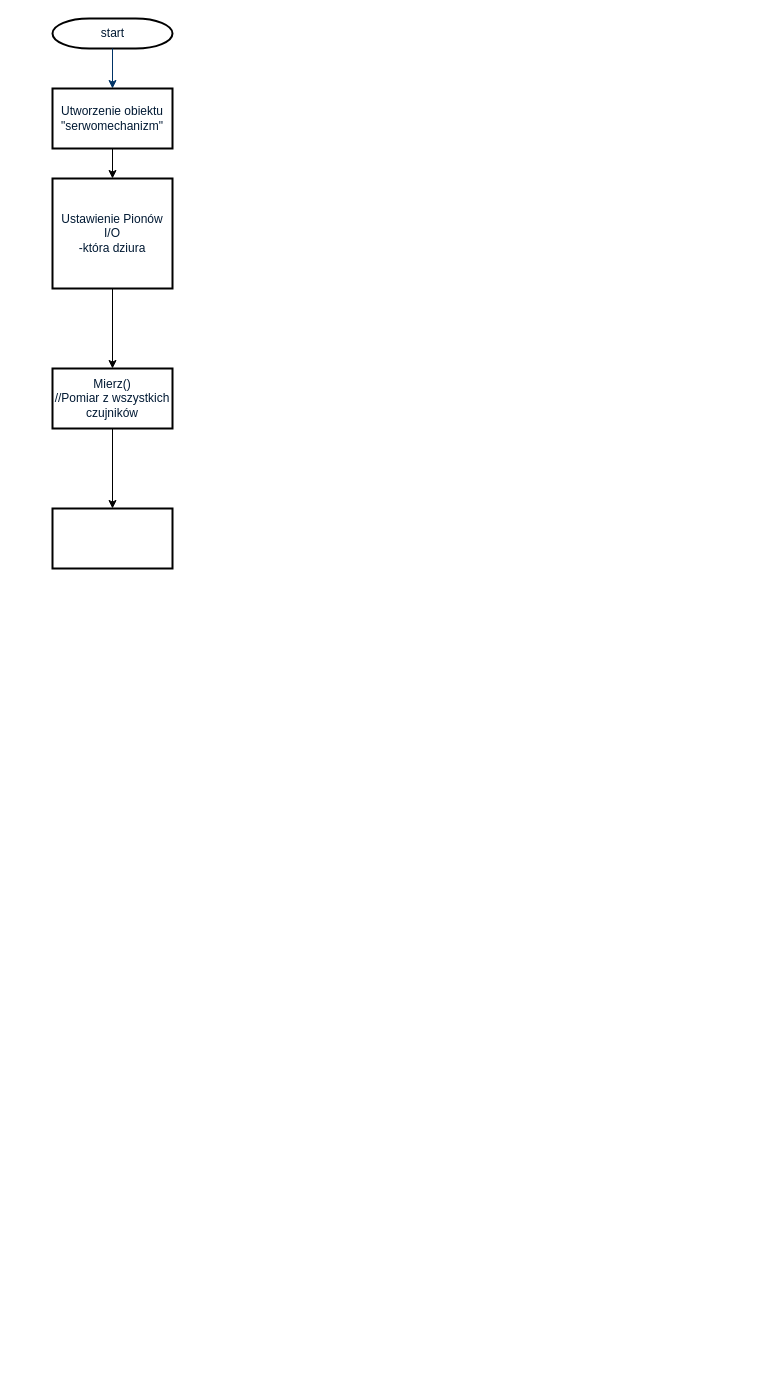
This is Untitled Diagram.drawio from MarcinJaskulski/RoboDay, a draw.io file, before an edit. Source tidied: cells renumbered, new cells numbered last; positions are measured from the earlier drawing's top-left corner, leaving out a move shared by most shapes. Both pictures are drawn from the tidied source at 100%, with x=0, y=0 at pixel (52, 18).
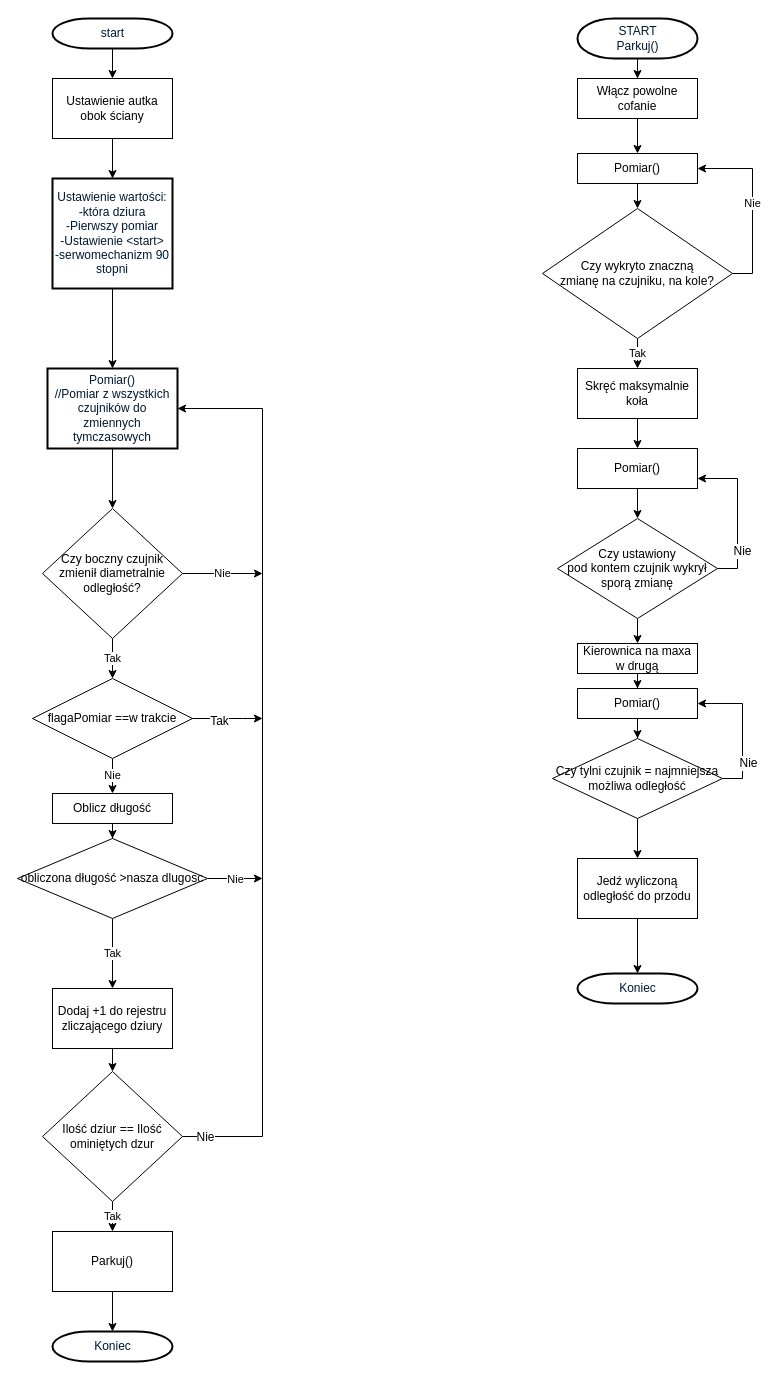
After the change.

The change refers to these unchanged cells:
```xml
<mxCell id="2" value="start" style="shape=mxgraph.flowchart.terminator;fillColor=#FFFFFF;strokeColor=#000000;strokeWidth=2;gradientColor=none;gradientDirection=north;fontColor=#001933;fontStyle=0;html=1;" parent="1" vertex="1">
  <mxGeometry width="120" height="30" as="geometry" />
</mxCell>
```

What changed in the source:
```diff
@@
+    <mxCell id="11" style="edgeStyle=orthogonalEdgeStyle;rounded=0;jettySize=auto;html=1;" parent="1" edge="1" source="2" target="18">
+      <mxGeometry relative="1" as="geometry" />
+    </mxCell>
@@
-    <mxCell id="3" style="fontColor=#001933;fontStyle=1;strokeColor=#003366;strokeWidth=1;html=1;entryX=0.5;entryY=0;entryDx=0;entryDy=0;" parent="1" edge="1" source="2" target="5">
-      <mxGeometry relative="1" as="geometry" />
-    </mxCell>
-    <mxCell id="4" style="edgeStyle=orthogonalEdgeStyle;rounded=0;jettySize=auto;html=1;fontColor=#001933;" parent="1" edge="1" source="5" target="7">
-      <mxGeometry relative="1" as="geometry" />
-    </mxCell>
-    <mxCell id="5" value="&lt;div&gt;Utworzenie obiektu&lt;/div&gt;&lt;div&gt; &quot;serwomechanizm&quot;&lt;/div&gt;" style="rounded=0;whiteSpace=wrap;html=1;strokeWidth=2;fillColor=#FFFFFF;fontColor=#001933;" parent="1" vertex="1">
-      <mxGeometry y="70" width="120" height="60" as="geometry" />
-    </mxCell>
@@
-    <mxCell id="7" value="Ustawienie Pionów I/O&lt;br&gt;-która dziura" style="rounded=0;whiteSpace=wrap;html=1;strokeWidth=2;fillColor=#FFFFFF;fontColor=#001933;" parent="1" vertex="1">
+    <mxCell id="7" value="&lt;div&gt;Ustawienie wartości:&lt;/div&gt;&lt;div&gt;-która dziura&lt;/div&gt;&lt;div&gt;-Pierwszy pomiar&lt;/div&gt;&lt;div&gt;-Ustawienie &amp;lt;start&amp;gt;&lt;/div&gt;&lt;div&gt;-serwomechanizm 90 stopni&lt;br&gt;&lt;/div&gt;" style="rounded=0;whiteSpace=wrap;html=1;strokeWidth=2;fillColor=#FFFFFF;fontColor=#001933;" parent="1" vertex="1">
       <mxGeometry y="160" width="120" height="110" as="geometry" />
     </mxCell>
-    <mxCell id="8" style="edgeStyle=orthogonalEdgeStyle;rounded=0;jettySize=auto;html=1;fontColor=#001933;" parent="1" edge="1" source="9" target="10">
+    <mxCell id="8" style="edgeStyle=orthogonalEdgeStyle;rounded=0;jettySize=auto;html=1;fontColor=#001933;entryX=0.5;entryY=0;entryDx=0;entryDy=0;" parent="1" edge="1" source="9" target="14">
       <mxGeometry relative="1" as="geometry" />
     </mxCell>
-    <mxCell id="9" value="Mierz() &lt;br&gt;//Pomiar z wszystkich czujników" style="rounded=0;whiteSpace=wrap;html=1;strokeWidth=2;fillColor=#FFFFFF;fontColor=#001933;" parent="1" vertex="1">
-      <mxGeometry y="350" width="120" height="60" as="geometry" />
+    <mxCell id="9" value="Pomiar() &lt;br&gt;//Pomiar z wszystkich czujników do zmiennych tymczasowych" style="rounded=0;whiteSpace=wrap;html=1;strokeWidth=2;fillColor=#FFFFFF;fontColor=#001933;" parent="1" vertex="1">
+      <mxGeometry x="-5" y="350" width="130" height="80" as="geometry" />
     </mxCell>
-    <mxCell id="10" style="rounded=0;whiteSpace=wrap;html=1;strokeWidth=2;fillColor=#FFFFFF;fontColor=#001933;" parent="1" vertex="1">
-      <mxGeometry y="490" width="120" height="60" as="geometry" />
-    </mxCell>
+    <mxCell id="12" value="Nie" style="edgeStyle=orthogonalEdgeStyle;rounded=0;jettySize=auto;html=1;" parent="1" edge="1" source="14">
+      <mxGeometry relative="1" as="geometry">
+        <mxPoint x="210" y="555" as="targetPoint" />
+        <Array as="points">
+          <mxPoint x="160" y="555" />
+          <mxPoint x="160" y="555" />
+        </Array>
+      </mxGeometry>
+    </mxCell>
+    <mxCell id="13" value="Tak" style="edgeStyle=orthogonalEdgeStyle;rounded=0;jettySize=auto;html=1;" parent="1" edge="1" source="14">
+      <mxGeometry relative="1" as="geometry">
+        <mxPoint x="60" y="660" as="targetPoint" />
+      </mxGeometry>
+    </mxCell>
+    <mxCell id="14" value="Czy boczny czujnik zmienił diametralnie odległość? " style="rhombus;whiteSpace=wrap;html=1;" parent="1" vertex="1">
+      <mxGeometry x="-10" y="490" width="140" height="130" as="geometry" />
+    </mxCell>
+    <mxCell id="15" style="edgeStyle=orthogonalEdgeStyle;rounded=0;jettySize=auto;html=1;" parent="1" edge="1" source="16" target="22">
+      <mxGeometry relative="1" as="geometry" />
+    </mxCell>
+    <mxCell id="16" value="Dodaj +1 do rejestru zliczającego dziury" style="rounded=0;whiteSpace=wrap;html=1;" parent="1" vertex="1">
+      <mxGeometry y="970" width="120" height="60" as="geometry" />
+    </mxCell>
+    <mxCell id="17" style="edgeStyle=orthogonalEdgeStyle;rounded=0;jettySize=auto;html=1;" parent="1" edge="1" source="18" target="7">
+      <mxGeometry relative="1" as="geometry" />
+    </mxCell>
+    <mxCell id="18" value="Ustawienie autka obok ściany" style="rounded=0;whiteSpace=wrap;html=1;" parent="1" vertex="1">
+      <mxGeometry y="60" width="120" height="60" as="geometry" />
+    </mxCell>
+    <mxCell id="19" value="Tak" style="edgeStyle=orthogonalEdgeStyle;rounded=0;jettySize=auto;html=1;" parent="1" edge="1" source="22" target="24">
+      <mxGeometry relative="1" as="geometry" />
+    </mxCell>
+    <mxCell id="20" style="edgeStyle=orthogonalEdgeStyle;rounded=0;jettySize=auto;html=1;entryX=1;entryY=0.5;entryDx=0;entryDy=0;" parent="1" edge="1" source="22" target="9">
+      <mxGeometry relative="1" as="geometry">
+        <Array as="points">
+          <mxPoint x="210" y="1118" />
+          <mxPoint x="210" y="390" />
+        </Array>
+      </mxGeometry>
+    </mxCell>
+    <mxCell id="21" value="Nie" style="text;html=1;align=center;verticalAlign=middle;labelBackgroundColor=#ffffff;" parent="20" vertex="1">
+      <mxGeometry x="-0.95" relative="1" as="geometry" />
+    </mxCell>
+    <mxCell id="22" value="Ilość dziur == Ilość ominiętych dzur" style="rhombus;whiteSpace=wrap;html=1;" parent="1" vertex="1">
+      <mxGeometry x="-10" y="1053" width="140" height="130" as="geometry" />
+    </mxCell>
+    <mxCell id="23" style="edgeStyle=orthogonalEdgeStyle;rounded=0;jettySize=auto;html=1;" parent="1" edge="1" source="24" target="25">
+      <mxGeometry relative="1" as="geometry" />
+    </mxCell>
+    <mxCell id="24" value="Parkuj()" style="rounded=0;whiteSpace=wrap;html=1;" parent="1" vertex="1">
+      <mxGeometry y="1213" width="120" height="60" as="geometry" />
+    </mxCell>
+    <mxCell id="25" value="&lt;div&gt;Koniec&lt;/div&gt;" style="shape=mxgraph.flowchart.terminator;fillColor=#FFFFFF;strokeColor=#000000;strokeWidth=2;gradientColor=none;gradientDirection=north;fontColor=#001933;fontStyle=0;html=1;" parent="1" vertex="1">
+      <mxGeometry y="1313" width="120" height="30" as="geometry" />
+    </mxCell>
+    <mxCell id="26" style="edgeStyle=orthogonalEdgeStyle;rounded=0;jettySize=auto;html=1;" parent="1" edge="1" source="27" target="43">
+      <mxGeometry relative="1" as="geometry" />
+    </mxCell>
+    <mxCell id="27" value="START&lt;br&gt;Parkuj() " style="shape=mxgraph.flowchart.terminator;fillColor=#FFFFFF;strokeColor=#000000;strokeWidth=2;gradientColor=none;gradientDirection=north;fontColor=#001933;fontStyle=0;html=1;" parent="1" vertex="1">
+      <mxGeometry x="525" width="120" height="40" as="geometry" />
+    </mxCell>
+    <mxCell id="28" value="Nie" style="edgeStyle=orthogonalEdgeStyle;rounded=0;jettySize=auto;html=1;exitX=1;exitY=0.5;exitDx=0;exitDy=0;entryX=1;entryY=0.5;entryDx=0;entryDy=0;" parent="1" edge="1" source="30" target="41">
+      <mxGeometry relative="1" as="geometry" />
+    </mxCell>
+    <mxCell id="29" value="Tak" style="edgeStyle=orthogonalEdgeStyle;rounded=0;jettySize=auto;html=1;" parent="1" edge="1" source="30" target="45">
+      <mxGeometry relative="1" as="geometry" />
+    </mxCell>
+    <mxCell id="30" value="Czy wykryto znaczną &lt;br&gt;zmianę na czujniku, na kole?" style="rhombus;whiteSpace=wrap;html=1;" parent="1" vertex="1">
+      <mxGeometry x="490" y="190" width="190" height="130" as="geometry" />
+    </mxCell>
+    <mxCell id="31" style="edgeStyle=orthogonalEdgeStyle;rounded=0;jettySize=auto;html=1;" parent="1" edge="1" source="34">
+      <mxGeometry relative="1" as="geometry">
+        <mxPoint x="210" y="700" as="targetPoint" />
+        <Array as="points">
+          <mxPoint x="190" y="700" />
+          <mxPoint x="190" y="700" />
+        </Array>
+      </mxGeometry>
+    </mxCell>
+    <mxCell id="32" value="Tak" style="text;html=1;align=center;verticalAlign=middle;labelBackgroundColor=#ffffff;" parent="31" vertex="1">
+      <mxGeometry x="-0.25" y="-2" relative="1" as="geometry" />
+    </mxCell>
+    <mxCell id="33" value="Nie" style="edgeStyle=orthogonalEdgeStyle;rounded=0;jettySize=auto;html=1;" parent="1" edge="1" source="34" target="36">
+      <mxGeometry relative="1" as="geometry" />
+    </mxCell>
+    <mxCell id="34" value="flagaPomiar ==w trakcie" style="rhombus;whiteSpace=wrap;html=1;" parent="1" vertex="1">
+      <mxGeometry x="-20" y="660" width="160" height="80" as="geometry" />
+    </mxCell>
+    <mxCell id="35" style="edgeStyle=orthogonalEdgeStyle;rounded=0;jettySize=auto;html=1;" parent="1" edge="1" source="36" target="39">
+      <mxGeometry relative="1" as="geometry" />
+    </mxCell>
+    <mxCell id="36" value="Oblicz długość" style="rounded=0;whiteSpace=wrap;html=1;" parent="1" vertex="1">
+      <mxGeometry y="775" width="120" height="30" as="geometry" />
+    </mxCell>
+    <mxCell id="37" value="Tak" style="edgeStyle=orthogonalEdgeStyle;rounded=0;jettySize=auto;html=1;" parent="1" edge="1" source="39" target="16">
+      <mxGeometry relative="1" as="geometry" />
+    </mxCell>
+    <mxCell id="38" value="Nie" style="edgeStyle=orthogonalEdgeStyle;rounded=0;jettySize=auto;html=1;" parent="1" edge="1" source="39">
+      <mxGeometry relative="1" as="geometry">
+        <mxPoint x="210" y="860" as="targetPoint" />
+      </mxGeometry>
+    </mxCell>
+    <mxCell id="39" value="obliczona długość &amp;gt;nasza dlugosc " style="rhombus;whiteSpace=wrap;html=1;" parent="1" vertex="1">
+      <mxGeometry x="-35" y="820" width="190" height="80" as="geometry" />
+    </mxCell>
+    <mxCell id="40" style="edgeStyle=orthogonalEdgeStyle;rounded=0;jettySize=auto;html=1;" parent="1" edge="1" source="41" target="30">
+      <mxGeometry relative="1" as="geometry" />
+    </mxCell>
+    <mxCell id="41" value="Pomiar()" style="rounded=0;whiteSpace=wrap;html=1;" parent="1" vertex="1">
+      <mxGeometry x="525" y="135" width="120" height="30" as="geometry" />
+    </mxCell>
+    <mxCell id="42" style="edgeStyle=orthogonalEdgeStyle;rounded=0;jettySize=auto;html=1;" parent="1" edge="1" source="43" target="41">
+      <mxGeometry relative="1" as="geometry" />
+    </mxCell>
+    <mxCell id="43" value="Włącz powolne cofanie" style="rounded=0;whiteSpace=wrap;html=1;" parent="1" vertex="1">
+      <mxGeometry x="525" y="60" width="120" height="40" as="geometry" />
+    </mxCell>
+    <mxCell id="44" style="edgeStyle=orthogonalEdgeStyle;rounded=0;jettySize=auto;html=1;" parent="1" edge="1" source="45" target="47">
+      <mxGeometry relative="1" as="geometry" />
+    </mxCell>
+    <mxCell id="45" value="Skręć maksymalnie koła " style="rounded=0;whiteSpace=wrap;html=1;" parent="1" vertex="1">
+      <mxGeometry x="525" y="350" width="120" height="50" as="geometry" />
+    </mxCell>
+    <mxCell id="46" style="edgeStyle=orthogonalEdgeStyle;rounded=0;jettySize=auto;html=1;" parent="1" edge="1" source="47" target="51">
+      <mxGeometry relative="1" as="geometry" />
+    </mxCell>
+    <mxCell id="47" value="Pomiar()" style="rounded=0;whiteSpace=wrap;html=1;" parent="1" vertex="1">
+      <mxGeometry x="525" y="430" width="120" height="40" as="geometry" />
+    </mxCell>
+    <mxCell id="48" style="edgeStyle=orthogonalEdgeStyle;rounded=0;jettySize=auto;html=1;exitX=1;exitY=0.5;exitDx=0;exitDy=0;entryX=1;entryY=0.75;entryDx=0;entryDy=0;" parent="1" edge="1" source="51" target="47">
+      <mxGeometry relative="1" as="geometry" />
+    </mxCell>
+    <mxCell id="49" value="Nie" style="text;html=1;align=center;verticalAlign=middle;labelBackgroundColor=#ffffff;" parent="48" vertex="1">
+      <mxGeometry x="-0.73" y="18" relative="1" as="geometry">
+        <mxPoint x="22" y="-18" as="offset" />
+      </mxGeometry>
+    </mxCell>
+    <mxCell id="50" style="edgeStyle=orthogonalEdgeStyle;rounded=0;jettySize=auto;html=1;" parent="1" edge="1" source="51" target="53">
+      <mxGeometry relative="1" as="geometry" />
+    </mxCell>
+    <mxCell id="51" value="Czy ustawiony &lt;br&gt;pod kontem czujnik wykrył sporą zmianę" style="rhombus;whiteSpace=wrap;html=1;" parent="1" vertex="1">
+      <mxGeometry x="505" y="500" width="160" height="100" as="geometry" />
+    </mxCell>
+    <mxCell id="52" style="edgeStyle=orthogonalEdgeStyle;rounded=0;jettySize=auto;html=1;" parent="1" edge="1" source="53" target="55">
+      <mxGeometry relative="1" as="geometry" />
+    </mxCell>
+    <mxCell id="53" value="Kierownica na maxa w drugą" style="rounded=0;whiteSpace=wrap;html=1;" parent="1" vertex="1">
+      <mxGeometry x="525" y="625" width="120" height="30" as="geometry" />
+    </mxCell>
+    <mxCell id="54" style="edgeStyle=orthogonalEdgeStyle;rounded=0;jettySize=auto;html=1;" parent="1" edge="1" source="55" target="59">
+      <mxGeometry relative="1" as="geometry" />
+    </mxCell>
+    <mxCell id="55" value="Pomiar()" style="rounded=0;whiteSpace=wrap;html=1;" parent="1" vertex="1">
+      <mxGeometry x="525" y="670" width="120" height="30" as="geometry" />
+    </mxCell>
+    <mxCell id="56" style="edgeStyle=orthogonalEdgeStyle;rounded=0;jettySize=auto;html=1;exitX=1;exitY=0.5;exitDx=0;exitDy=0;entryX=1;entryY=0.5;entryDx=0;entryDy=0;" parent="1" edge="1" source="59" target="55">
+      <mxGeometry relative="1" as="geometry" />
+    </mxCell>
+    <mxCell id="57" value="Nie" style="text;html=1;align=center;verticalAlign=middle;labelBackgroundColor=#ffffff;" parent="56" vertex="1">
+      <mxGeometry x="-0.49" y="-5" relative="1" as="geometry" />
+    </mxCell>
+    <mxCell id="58" style="edgeStyle=orthogonalEdgeStyle;rounded=0;jettySize=auto;html=1;" parent="1" edge="1" source="59" target="61">
+      <mxGeometry relative="1" as="geometry" />
+    </mxCell>
+    <mxCell id="59" value="Czy tylni czujnik = najmniejsza możliwa odległość" style="rhombus;whiteSpace=wrap;html=1;" parent="1" vertex="1">
+      <mxGeometry x="500" y="720" width="170" height="80" as="geometry" />
+    </mxCell>
+    <mxCell id="60" style="edgeStyle=orthogonalEdgeStyle;rounded=0;jettySize=auto;html=1;" parent="1" edge="1" source="61" target="62">
+      <mxGeometry relative="1" as="geometry" />
+    </mxCell>
+    <mxCell id="61" value="Jedź wyliczoną odległość do przodu" style="rounded=0;whiteSpace=wrap;html=1;" parent="1" vertex="1">
+      <mxGeometry x="525" y="840" width="120" height="60" as="geometry" />
+    </mxCell>
+    <mxCell id="62" value="&lt;div&gt;Koniec&lt;/div&gt;" style="shape=mxgraph.flowchart.terminator;fillColor=#FFFFFF;strokeColor=#000000;strokeWidth=2;gradientColor=none;gradientDirection=north;fontColor=#001933;fontStyle=0;html=1;" parent="1" vertex="1">
+      <mxGeometry x="525" y="955" width="120" height="30" as="geometry" />
+    </mxCell>
```
